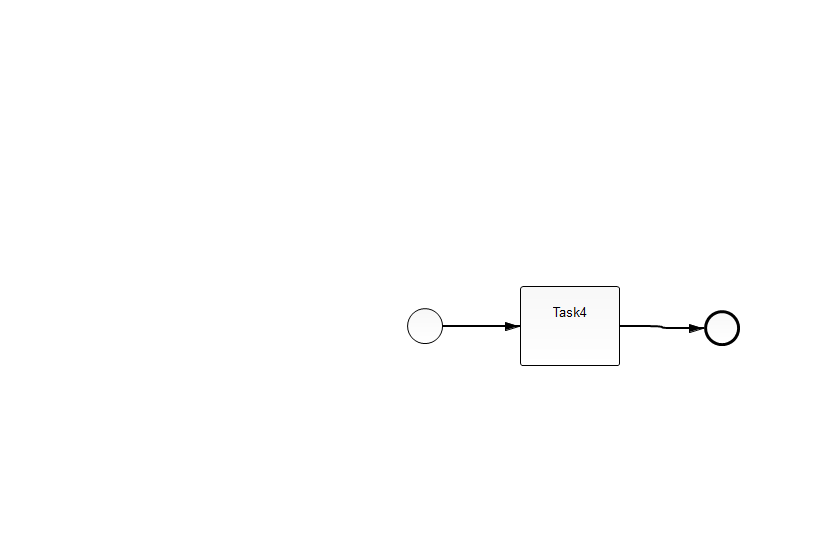
The BPMN diagram src/main/resources/conclude_mandate.png in SandraLe/WEPLACM, before a commit. Its source is kept beside it as src/main/resources/conclude_mandate.bpmn. Ids are renumbered.
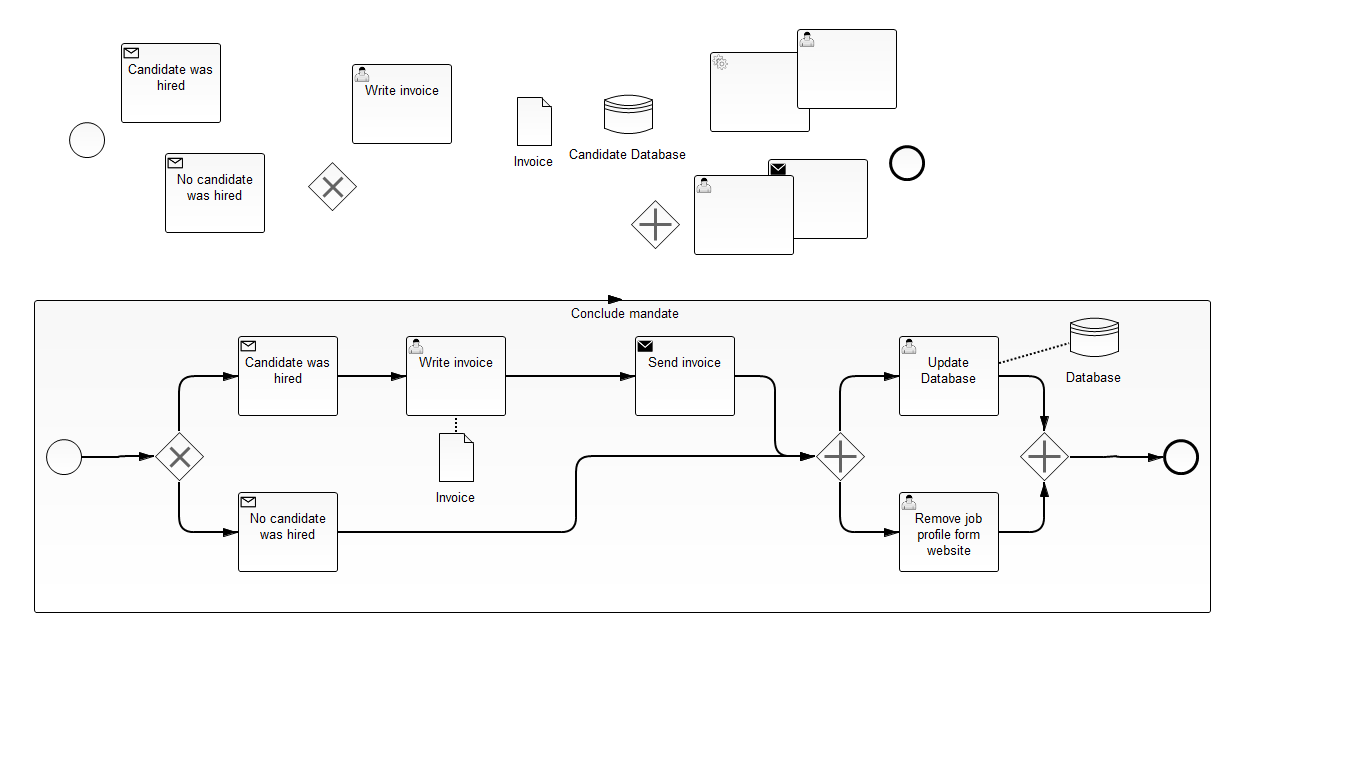
Above is the later version.

Diff of the diagram source:
```diff
@@ -1,38 +1,227 @@
 <bpmn2:definitions xmlns:xsi="http://www.w3.org/2001/XMLSchema-instance" xmlns:bpmn2="http://www.omg.org/spec/BPMN/20100524/MODEL" xmlns:bpmndi="http://www.omg.org/spec/BPMN/20100524/DI" xmlns:dc="http://www.omg.org/spec/DD/20100524/DC" xmlns:di="http://www.omg.org/spec/DD/20100524/DI" xsi:schemaLocation="http://www.omg.org/spec/BPMN/20100524/MODEL BPMN20.xsd" id="_xKuWcAk-EeWftNyabiApZA" exporter="camunda modeler" exporterVersion="2.7.0" targetNamespace="http://activiti.org/bpmn">
   <bpmn2:process id="conclude_mandate" isExecutable="true">
-    <bpmn2:startEvent id="StartEvent_1">
+    <bpmn2:dataObject id="DataObject_2" name="Data Object 2"/>
+    <bpmn2:dataStoreReference id="_DataStoreReference_4" name="Candidate Database" dataStoreRef="DataStore_2"/>
+    <bpmn2:receiveTask id="ReceiveTask_3" name="Candidate was hired">
+      <bpmn2:incoming>SequenceFlow_2</bpmn2:incoming>
+      <bpmn2:outgoing>SequenceFlow_4</bpmn2:outgoing>
+    </bpmn2:receiveTask>
+    <bpmn2:sequenceFlow id="SequenceFlow_4" name="" sourceRef="ReceiveTask_3" targetRef="UserTask_4"/>
+    <bpmn2:userTask id="UserTask_4" name="Write invoice">
+      <bpmn2:incoming>SequenceFlow_4</bpmn2:incoming>
+      <bpmn2:outgoing>SequenceFlow_6</bpmn2:outgoing>
+      <bpmn2:dataOutputAssociation id="DataOutputAssociation_1">
+        <bpmn2:targetRef>DataObjectReference_2</bpmn2:targetRef>
+      </bpmn2:dataOutputAssociation>
+    </bpmn2:userTask>
+    <bpmn2:sequenceFlow id="SequenceFlow_6" name="" sourceRef="UserTask_4" targetRef="SendTask_2"/>
+    <bpmn2:sendTask id="SendTask_2" name="Send invoice">
+      <bpmn2:incoming>SequenceFlow_6</bpmn2:incoming>
+      <bpmn2:outgoing>SequenceFlow_12</bpmn2:outgoing>
+    </bpmn2:sendTask>
+    <bpmn2:sequenceFlow id="SequenceFlow_12" name="" sourceRef="SendTask_2" targetRef="ParallelGateway_3"/>
+    <bpmn2:startEvent id="StartEvent_2">
       <bpmn2:outgoing>SequenceFlow_1</bpmn2:outgoing>
     </bpmn2:startEvent>
-    <bpmn2:task id="Task_1" name="Task4">
+    <bpmn2:sequenceFlow id="SequenceFlow_1" name="" sourceRef="StartEvent_2" targetRef="ExclusiveGateway_2"/>
+    <bpmn2:receiveTask id="ReceiveTask_4" name="No candidate was hired">
+      <bpmn2:incoming>SequenceFlow_3</bpmn2:incoming>
+      <bpmn2:outgoing>SequenceFlow_5</bpmn2:outgoing>
+    </bpmn2:receiveTask>
+    <bpmn2:sequenceFlow id="SequenceFlow_5" name="" sourceRef="ReceiveTask_4" targetRef="ParallelGateway_3"/>
+    <bpmn2:exclusiveGateway id="ExclusiveGateway_2">
       <bpmn2:incoming>SequenceFlow_1</bpmn2:incoming>
       <bpmn2:outgoing>SequenceFlow_2</bpmn2:outgoing>
-    </bpmn2:task>
-    <bpmn2:endEvent id="EndEvent_1">
-      <bpmn2:incoming>SequenceFlow_2</bpmn2:incoming>
+      <bpmn2:outgoing>SequenceFlow_3</bpmn2:outgoing>
+    </bpmn2:exclusiveGateway>
+    <bpmn2:sequenceFlow id="SequenceFlow_2" name="" sourceRef="ExclusiveGateway_2" targetRef="ReceiveTask_3"/>
+    <bpmn2:sequenceFlow id="SequenceFlow_3" name="" sourceRef="ExclusiveGateway_2" targetRef="ReceiveTask_4"/>
+    <bpmn2:endEvent id="EndEvent_2">
+      <bpmn2:incoming>SequenceFlow_24</bpmn2:incoming>
+      <bpmn2:incoming>SequenceFlow_25</bpmn2:incoming>
     </bpmn2:endEvent>
-    <bpmn2:sequenceFlow id="SequenceFlow_1" name="" sourceRef="StartEvent_1" targetRef="Task_1"/>
-    <bpmn2:sequenceFlow id="SequenceFlow_2" name="" sourceRef="Task_1" targetRef="EndEvent_1"/>
+    <bpmn2:userTask id="UserTask_5" name="Remove job profile from website">
+      <bpmn2:incoming>SequenceFlow_23</bpmn2:incoming>
+      <bpmn2:outgoing>SequenceFlow_24</bpmn2:outgoing>
+    </bpmn2:userTask>
+    <bpmn2:sequenceFlow id="SequenceFlow_24" name="" sourceRef="UserTask_5" targetRef="EndEvent_2"/>
+    <bpmn2:userTask id="UserTask_6" name="Uppdate Database">
+      <bpmn2:incoming>SequenceFlow_22</bpmn2:incoming>
+      <bpmn2:outgoing>SequenceFlow_25</bpmn2:outgoing>
+      <bpmn2:dataOutputAssociation id="DataOutputAssociation_2">
+        <bpmn2:targetRef>_DataStoreReference_4</bpmn2:targetRef>
+      </bpmn2:dataOutputAssociation>
+    </bpmn2:userTask>
+    <bpmn2:sequenceFlow id="SequenceFlow_25" name="" sourceRef="UserTask_6" targetRef="EndEvent_2"/>
+    <bpmn2:parallelGateway id="ParallelGateway_3">
+      <bpmn2:incoming>SequenceFlow_5</bpmn2:incoming>
+      <bpmn2:incoming>SequenceFlow_12</bpmn2:incoming>
+      <bpmn2:outgoing>SequenceFlow_22</bpmn2:outgoing>
+      <bpmn2:outgoing>SequenceFlow_23</bpmn2:outgoing>
+    </bpmn2:parallelGateway>
+    <bpmn2:sequenceFlow id="SequenceFlow_22" name="" sourceRef="ParallelGateway_3" targetRef="UserTask_6"/>
+    <bpmn2:sequenceFlow id="SequenceFlow_23" name="" sourceRef="ParallelGateway_3" targetRef="UserTask_5"/>
+    <bpmn2:dataObjectReference id="DataObjectReference_2" name="Invoice" dataObjectRef="DataObject_2"/>
   </bpmn2:process>
+  <bpmn2:dataStore id="DataStore_1" name="Data Store 1"/>
+  <bpmn2:dataStore id="DataStore_2" name="Data Store 2"/>
   <bpmndi:BPMNDiagram id="BPMNDiagram_1">
     <bpmndi:BPMNPlane id="BPMNPlane_1" bpmnElement="Process_1">
-      <bpmndi:BPMNShape id="_BPMNShape_StartEvent_9" bpmnElement="StartEvent_1">
-        <dc:Bounds height="36.0" width="36.0" x="407.0" y="308.0"/>
+      <bpmndi:BPMNShape id="_BPMNShape_DataObjectReference_6" bpmnElement="DataObjectReference_2">
+        <dc:Bounds height="50.0" width="36.0" x="500.0" y="50.0"/>
+        <bpmndi:BPMNLabel>
+          <dc:Bounds height="22.0" width="45.0" x="540.0" y="64.0"/>
+        </bpmndi:BPMNLabel>
       </bpmndi:BPMNShape>
-      <bpmndi:BPMNShape id="_BPMNShape_Task_5" bpmnElement="Task_1">
-        <dc:Bounds height="80.0" width="100.0" x="520.0" y="286.0"/>
+      <bpmndi:BPMNShape id="_BPMNShape_DataStoreReference_6" bpmnElement="_DataStoreReference_4">
+        <dc:Bounds height="50.0" width="50.0" x="1032.0" y="36.0"/>
+        <bpmndi:BPMNLabel>
+          <dc:Bounds height="22.0" width="123.0" x="1094.0" y="50.0"/>
+        </bpmndi:BPMNLabel>
       </bpmndi:BPMNShape>
-      <bpmndi:BPMNShape id="_BPMNShape_EndEvent_8" bpmnElement="EndEvent_1">
-        <dc:Bounds height="36.0" width="36.0" x="704.0" y="310.0"/>
+      <bpmndi:BPMNShape id="_BPMNShape_UserTask_12" bpmnElement="UserTask_4">
+        <dc:Bounds height="80.0" width="100.0" x="468.0" y="137.0"/>
       </bpmndi:BPMNShape>
-      <bpmndi:BPMNEdge id="BPMNEdge_SequenceFlow_1" bpmnElement="SequenceFlow_1" sourceElement="_BPMNShape_StartEvent_9" targetElement="_BPMNShape_Task_5">
-        <di:waypoint xsi:type="dc:Point" x="443.0" y="326.0"/>
-        <di:waypoint xsi:type="dc:Point" x="520.0" y="326.0"/>
+      <bpmndi:BPMNShape id="_BPMNShape_ReceiveTask_7" bpmnElement="ReceiveTask_3">
+        <dc:Bounds height="80.0" width="100.0" x="264.0" y="137.0"/>
+      </bpmndi:BPMNShape>
+      <bpmndi:BPMNShape id="_BPMNShape_ReceiveTask_8" bpmnElement="ReceiveTask_4">
+        <dc:Bounds height="80.0" width="100.0" x="264.0" y="312.0"/>
+      </bpmndi:BPMNShape>
+      <bpmndi:BPMNShape id="_BPMNShape_SendTask_7" bpmnElement="SendTask_2">
+        <dc:Bounds height="80.0" width="100.0" x="648.0" y="137.0"/>
+      </bpmndi:BPMNShape>
+      <bpmndi:BPMNShape id="_BPMNShape_UserTask_13" bpmnElement="UserTask_5">
+        <dc:Bounds height="80.0" width="100.0" x="960.0" y="315.0"/>
+      </bpmndi:BPMNShape>
+      <bpmndi:BPMNShape id="_BPMNShape_UserTask_14" bpmnElement="UserTask_6">
+        <dc:Bounds height="80.0" width="100.0" x="960.0" y="140.0"/>
+      </bpmndi:BPMNShape>
+      <bpmndi:BPMNShape id="_BPMNShape_ExclusiveGateway_6" bpmnElement="ExclusiveGateway_2" isMarkerVisible="true">
+        <dc:Bounds height="50.0" width="50.0" x="178.0" y="242.0"/>
+        <bpmndi:BPMNLabel>
+          <dc:Bounds height="0.0" width="0.0" x="203.0" y="297.0"/>
+        </bpmndi:BPMNLabel>
+      </bpmndi:BPMNShape>
+      <bpmndi:BPMNShape id="_BPMNShape_ParallelGateway_6" bpmnElement="ParallelGateway_3">
+        <dc:Bounds height="50.0" width="50.0" x="795.0" y="245.0"/>
+        <bpmndi:BPMNLabel>
+          <dc:Bounds height="0.0" width="0.0" x="820.0" y="300.0"/>
+        </bpmndi:BPMNLabel>
+      </bpmndi:BPMNShape>
+      <bpmndi:BPMNShape id="_BPMNShape_StartEvent_12" bpmnElement="StartEvent_2">
+        <dc:Bounds height="36.0" width="36.0" x="47.0" y="250.0"/>
+        <bpmndi:BPMNLabel>
+          <dc:Bounds height="0.0" width="0.0" x="65.0" y="291.0"/>
+        </bpmndi:BPMNLabel>
+      </bpmndi:BPMNShape>
+      <bpmndi:BPMNShape id="_BPMNShape_EndEvent_17" bpmnElement="EndEvent_2">
+        <dc:Bounds height="36.0" width="36.0" x="1198.0" y="253.0"/>
+        <bpmndi:BPMNLabel>
+          <dc:Bounds height="0.0" width="0.0" x="1216.0" y="294.0"/>
+        </bpmndi:BPMNLabel>
+      </bpmndi:BPMNShape>
+      <bpmndi:BPMNEdge id="BPMNEdge_SequenceFlow_1" bpmnElement="SequenceFlow_1" sourceElement="_BPMNShape_StartEvent_12" targetElement="_BPMNShape_ExclusiveGateway_6">
+        <di:waypoint xsi:type="dc:Point" x="83.0" y="268.0"/>
+        <di:waypoint xsi:type="dc:Point" x="130.0" y="268.0"/>
+        <di:waypoint xsi:type="dc:Point" x="130.0" y="267.0"/>
+        <di:waypoint xsi:type="dc:Point" x="178.0" y="267.0"/>
+        <bpmndi:BPMNLabel>
+          <dc:Bounds height="6.0" width="6.0" x="127.0" y="387.0"/>
+        </bpmndi:BPMNLabel>
       </bpmndi:BPMNEdge>
-      <bpmndi:BPMNEdge id="BPMNEdge_SequenceFlow_2" bpmnElement="SequenceFlow_2" sourceElement="_BPMNShape_Task_5" targetElement="_BPMNShape_EndEvent_8">
-        <di:waypoint xsi:type="dc:Point" x="620.0" y="326.0"/>
-        <di:waypoint xsi:type="dc:Point" x="662.0" y="326.0"/>
-        <di:waypoint xsi:type="dc:Point" x="662.0" y="328.0"/>
-        <di:waypoint xsi:type="dc:Point" x="704.0" y="328.0"/>
+      <bpmndi:BPMNEdge id="BPMNEdge_SequenceFlow_2" bpmnElement="SequenceFlow_2" sourceElement="_BPMNShape_ExclusiveGateway_6" targetElement="_BPMNShape_ReceiveTask_7">
+        <di:waypoint xsi:type="dc:Point" x="203.0" y="242.0"/>
+        <di:waypoint xsi:type="dc:Point" x="203.0" y="177.0"/>
+        <di:waypoint xsi:type="dc:Point" x="264.0" y="177.0"/>
+        <bpmndi:BPMNLabel>
+          <dc:Bounds height="6.0" width="6.0" x="200.0" y="179.0"/>
+        </bpmndi:BPMNLabel>
+      </bpmndi:BPMNEdge>
+      <bpmndi:BPMNEdge id="BPMNEdge_SequenceFlow_3" bpmnElement="SequenceFlow_3" sourceElement="_BPMNShape_ExclusiveGateway_6" targetElement="_BPMNShape_ReceiveTask_8">
+        <di:waypoint xsi:type="dc:Point" x="203.0" y="292.0"/>
+        <di:waypoint xsi:type="dc:Point" x="203.0" y="352.0"/>
+        <di:waypoint xsi:type="dc:Point" x="264.0" y="352.0"/>
+        <bpmndi:BPMNLabel>
+          <dc:Bounds height="6.0" width="6.0" x="201.0" y="472.0"/>
+        </bpmndi:BPMNLabel>
+      </bpmndi:BPMNEdge>
+      <bpmndi:BPMNEdge id="BPMNEdge_SequenceFlow_4" bpmnElement="SequenceFlow_4" sourceElement="_BPMNShape_ReceiveTask_7" targetElement="_BPMNShape_UserTask_12">
+        <di:waypoint xsi:type="dc:Point" x="364.0" y="177.0"/>
+        <di:waypoint xsi:type="dc:Point" x="468.0" y="177.0"/>
+        <bpmndi:BPMNLabel>
+          <dc:Bounds height="6.0" width="6.0" x="413.0" y="177.0"/>
+        </bpmndi:BPMNLabel>
+      </bpmndi:BPMNEdge>
+      <bpmndi:BPMNEdge id="BPMNEdge_SequenceFlow_5" bpmnElement="SequenceFlow_5" sourceElement="_BPMNShape_ReceiveTask_8" targetElement="_BPMNShape_ParallelGateway_6">
+        <di:waypoint xsi:type="dc:Point" x="364.0" y="352.0"/>
+        <di:waypoint xsi:type="dc:Point" x="616.0" y="352.0"/>
+        <di:waypoint xsi:type="dc:Point" x="616.0" y="312.0"/>
+        <di:waypoint xsi:type="dc:Point" x="616.0" y="270.0"/>
+        <di:waypoint xsi:type="dc:Point" x="795.0" y="270.0"/>
+        <bpmndi:BPMNLabel>
+          <dc:Bounds height="6.0" width="6.0" x="498.0" y="352.0"/>
+        </bpmndi:BPMNLabel>
+      </bpmndi:BPMNEdge>
+      <bpmndi:BPMNEdge id="BPMNEdge_SequenceFlow_6" bpmnElement="SequenceFlow_6" sourceElement="_BPMNShape_UserTask_12" targetElement="_BPMNShape_SendTask_7">
+        <di:waypoint xsi:type="dc:Point" x="568.0" y="177.0"/>
+        <di:waypoint xsi:type="dc:Point" x="648.0" y="177.0"/>
+        <bpmndi:BPMNLabel>
+          <dc:Bounds height="6.0" width="6.0" x="611.0" y="177.0"/>
+        </bpmndi:BPMNLabel>
+      </bpmndi:BPMNEdge>
+      <bpmndi:BPMNEdge id="BPMNEdge_DataOutputAssociation_1" bpmnElement="DataOutputAssociation_1" sourceElement="_BPMNShape_UserTask_12" targetElement="_BPMNShape_DataObjectReference_6">
+        <di:waypoint xsi:type="dc:Point" x="518.0" y="137.0"/>
+        <di:waypoint xsi:type="dc:Point" x="518.0" y="100.0"/>
+      </bpmndi:BPMNEdge>
+      <bpmndi:BPMNEdge id="BPMNEdge_SequenceFlow_12" bpmnElement="SequenceFlow_12" sourceElement="_BPMNShape_SendTask_7" targetElement="_BPMNShape_ParallelGateway_6">
+        <di:waypoint xsi:type="dc:Point" x="748.0" y="177.0"/>
+        <di:waypoint xsi:type="dc:Point" x="777.0" y="177.0"/>
+        <di:waypoint xsi:type="dc:Point" x="777.0" y="270.0"/>
+        <di:waypoint xsi:type="dc:Point" x="795.0" y="270.0"/>
+        <bpmndi:BPMNLabel>
+          <dc:Bounds height="6.0" width="6.0" x="759.0" y="177.0"/>
+        </bpmndi:BPMNLabel>
+      </bpmndi:BPMNEdge>
+      <bpmndi:BPMNEdge id="BPMNEdge_SequenceFlow_22" bpmnElement="SequenceFlow_22" sourceElement="_BPMNShape_ParallelGateway_6" targetElement="_BPMNShape_UserTask_14">
+        <di:waypoint xsi:type="dc:Point" x="820.0" y="245.0"/>
+        <di:waypoint xsi:type="dc:Point" x="820.0" y="180.0"/>
+        <di:waypoint xsi:type="dc:Point" x="902.0" y="180.0"/>
+        <di:waypoint xsi:type="dc:Point" x="960.0" y="180.0"/>
+        <bpmndi:BPMNLabel>
+          <dc:Bounds height="6.0" width="6.0" x="841.0" y="421.0"/>
+        </bpmndi:BPMNLabel>
+      </bpmndi:BPMNEdge>
+      <bpmndi:BPMNEdge id="BPMNEdge_SequenceFlow_23" bpmnElement="SequenceFlow_23" sourceElement="_BPMNShape_ParallelGateway_6" targetElement="_BPMNShape_UserTask_13">
+        <di:waypoint xsi:type="dc:Point" x="820.0" y="295.0"/>
+        <di:waypoint xsi:type="dc:Point" x="820.0" y="355.0"/>
+        <di:waypoint xsi:type="dc:Point" x="902.0" y="355.0"/>
+        <di:waypoint xsi:type="dc:Point" x="960.0" y="355.0"/>
+        <bpmndi:BPMNLabel>
+          <dc:Bounds height="6.0" width="6.0" x="864.0" y="378.0"/>
+        </bpmndi:BPMNLabel>
+      </bpmndi:BPMNEdge>
+      <bpmndi:BPMNEdge id="BPMNEdge_SequenceFlow_24" bpmnElement="SequenceFlow_24" sourceElement="_BPMNShape_UserTask_13" targetElement="_BPMNShape_EndEvent_17">
+        <di:waypoint xsi:type="dc:Point" x="1060.0" y="355.0"/>
+        <di:waypoint xsi:type="dc:Point" x="1129.0" y="355.0"/>
+        <di:waypoint xsi:type="dc:Point" x="1129.0" y="271.0"/>
+        <di:waypoint xsi:type="dc:Point" x="1198.0" y="271.0"/>
+        <bpmndi:BPMNLabel>
+          <dc:Bounds height="6.0" width="6.0" x="1126.0" y="313.0"/>
+        </bpmndi:BPMNLabel>
+      </bpmndi:BPMNEdge>
+      <bpmndi:BPMNEdge id="BPMNEdge_SequenceFlow_25" bpmnElement="SequenceFlow_25" sourceElement="_BPMNShape_UserTask_14" targetElement="_BPMNShape_EndEvent_17">
+        <di:waypoint xsi:type="dc:Point" x="1060.0" y="180.0"/>
+        <di:waypoint xsi:type="dc:Point" x="1129.0" y="180.0"/>
+        <di:waypoint xsi:type="dc:Point" x="1129.0" y="271.0"/>
+        <di:waypoint xsi:type="dc:Point" x="1198.0" y="271.0"/>
+        <bpmndi:BPMNLabel>
+          <dc:Bounds height="6.0" width="6.0" x="1144.0" y="297.0"/>
+        </bpmndi:BPMNLabel>
+      </bpmndi:BPMNEdge>
+      <bpmndi:BPMNEdge id="BPMNEdge_DataOutputAssociation_2" bpmnElement="DataOutputAssociation_2" sourceElement="_BPMNShape_UserTask_14" targetElement="_BPMNShape_DataStoreReference_6">
+        <di:waypoint xsi:type="dc:Point" x="1026.0" y="140.0"/>
+        <di:waypoint xsi:type="dc:Point" x="1047.0" y="86.0"/>
       </bpmndi:BPMNEdge>
     </bpmndi:BPMNPlane>
   </bpmndi:BPMNDiagram>
```
